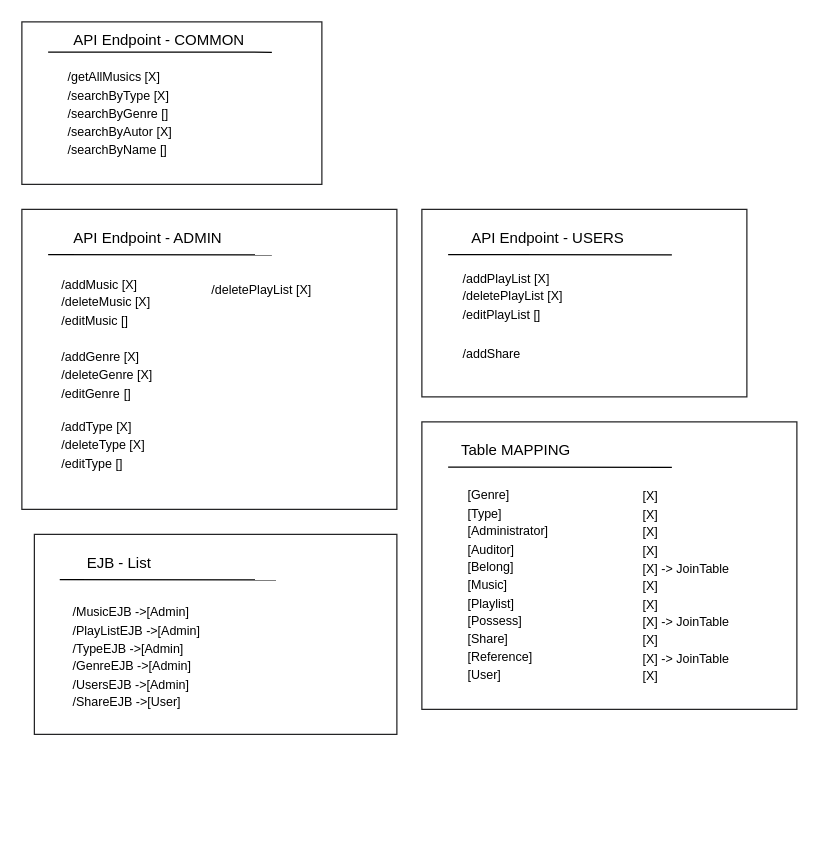
Earlier version of the draw.io diagram Schéma Endpoint.drawio (Zacharie-Julien/SpotiHome-VUE). Source tidied: cells renumbered, new cells numbered last; positions are measured from the earlier drawing's top-left corner, leaving out a move shared by most shapes. Both pictures are drawn from the tidied source at 125%, with x=0, y=0 at pixel (21, 21).
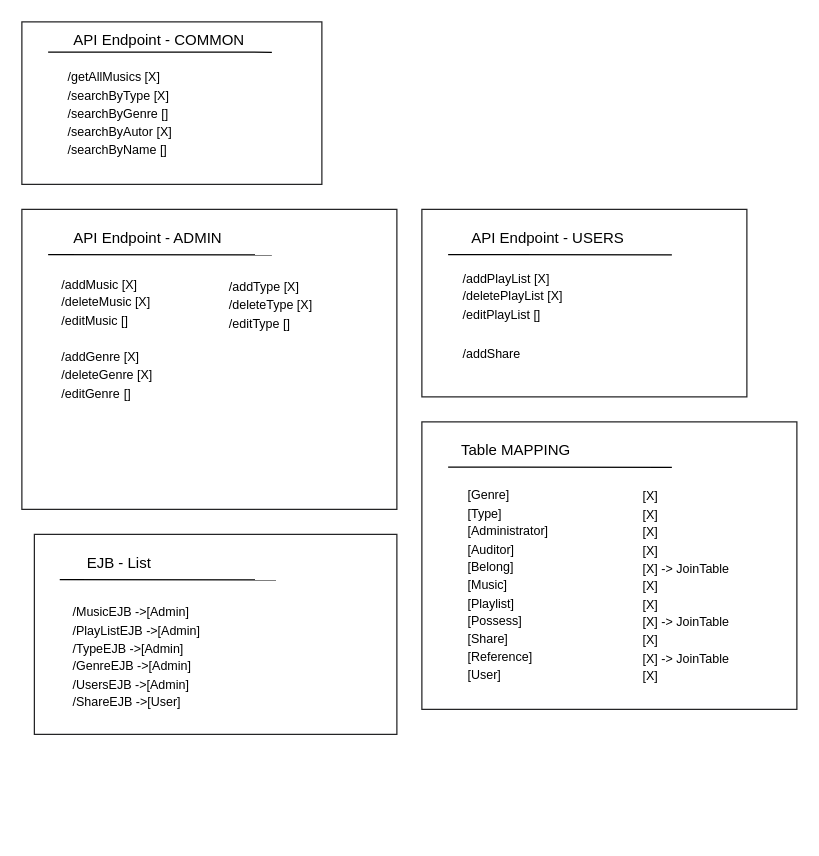
Above is the later version.

Commit message:
Mettre à jour Schéma Endpoint.drawio

The change refers to these unchanged cells:
```xml
<mxCell id="2" style="group;" parent="1" vertex="1">
  <mxGeometry y="150" width="300" height="240" as="geometry" />
</mxCell>
```

Diff of the diagram source:
```diff
@@
-    <mxCell id="7" value="&lt;div align=&quot;left&quot;&gt;&lt;font style=&quot;font-size: 10px; color: light-dark(rgb(0, 0, 0), rgb(236, 97, 81));&quot;&gt;/deletePlayList [X]&lt;/font&gt;&lt;/div&gt;&lt;div align=&quot;left&quot;&gt;&lt;br&gt;&lt;/div&gt;&lt;div align=&quot;left&quot;&gt;&lt;br&gt;&lt;/div&gt;" style="text;html=1;align=left;verticalAlign=middle;whiteSpace=wrap;rounded=0;fontFamily=Nerd;" parent="2" vertex="1">
-      <mxGeometry x="150" y="57.5" width="140" height="40" as="geometry" />
-    </mxCell>
     <mxCell id="8" value="&lt;div align=&quot;left&quot;&gt;&lt;font style=&quot;color: light-dark(rgb(0, 0, 0), rgb(67, 194, 63)); font-size: 10px;&quot;&gt;/addType [X]&lt;/font&gt;&lt;/div&gt;&lt;div align=&quot;left&quot;&gt;&lt;font style=&quot;font-size: 10px; color: light-dark(rgb(0, 0, 0), rgb(236, 97, 81));&quot;&gt;/deleteType [X]&lt;/font&gt;&lt;/div&gt;&lt;div align=&quot;left&quot;&gt;&lt;font style=&quot;font-size: 10px; color: light-dark(rgb(0, 0, 0), rgb(96, 114, 250));&quot;&gt;/editType&lt;/font&gt;&lt;font style=&quot;font-size: 10px; color: light-dark(rgb(0, 0, 0), rgb(96, 114, 250));&quot;&gt; []&lt;/font&gt;&lt;/div&gt;" style="text;html=1;align=left;verticalAlign=middle;whiteSpace=wrap;rounded=0;fontFamily=Nerd;" parent="2" vertex="1">
-      <mxGeometry x="30" y="158.2" width="120" height="60" as="geometry" />
+      <mxGeometry x="164" y="46.2" width="120" height="60" as="geometry" />
     </mxCell>
```
